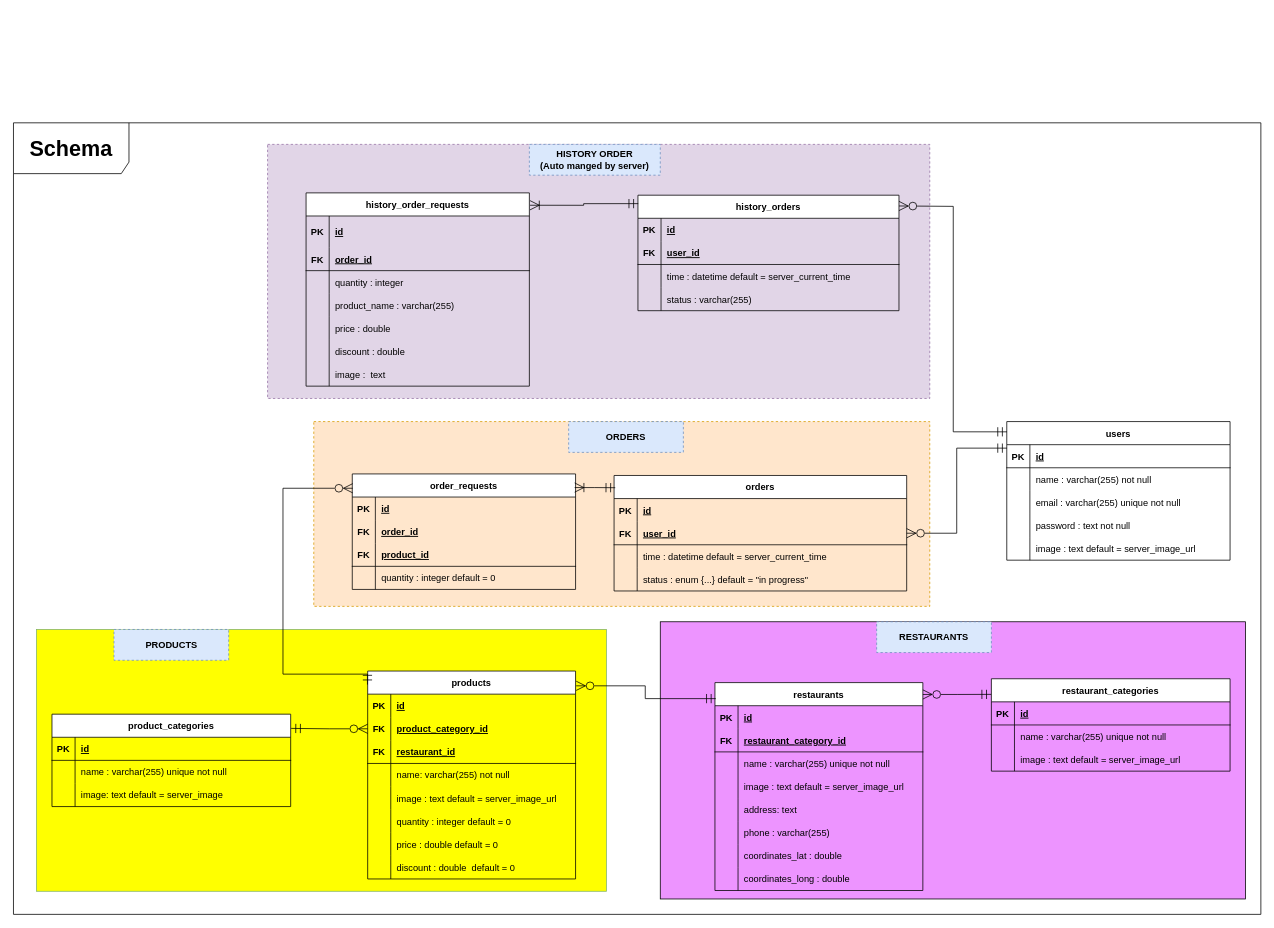
Earlier version of the draw.io diagram page "DB_schema" (1 of 3) of Diagrams/diagrams.drawio (khaledfathi/Restaurant_amit_api). Source tidied: cells renumbered, new cells numbered last; positions are measured from the earlier drawing's top-left corner, leaving out a move shared by most shapes. Both pictures are drawn from the tidied source at 77%, with x=0, y=0 at pixel (13, 122).
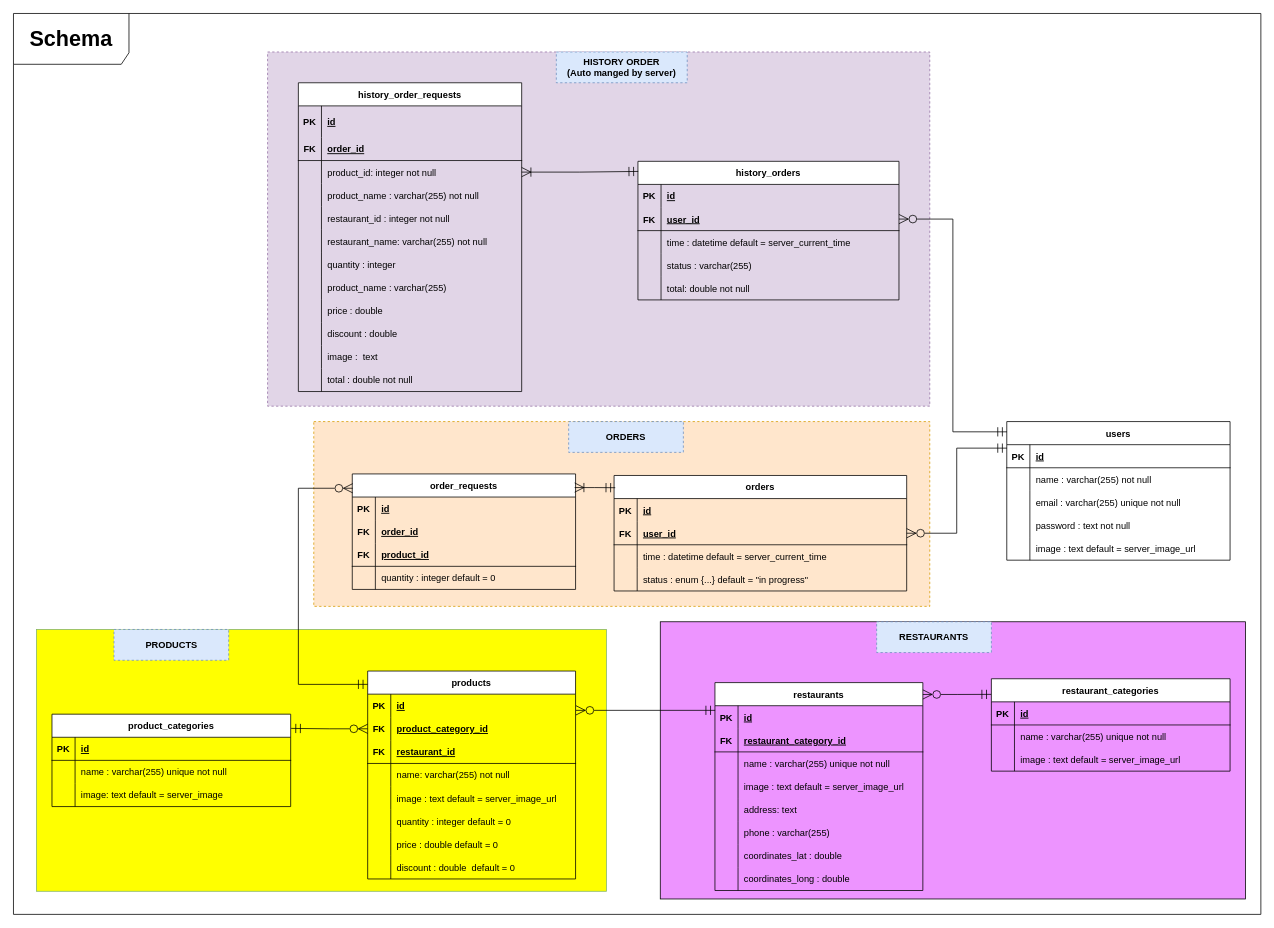
Above is the later version.

Unchanged cells that the change refers to:
```xml
<mxCell id="6" value="users" style="shape=table;startSize=30;childLayout=tableLayout;rowLines=0;fontStyle=1;align=center;" parent="1" vertex="1">
  <mxGeometry x="1290" y="388" width="290" height="180" as="geometry" />
</mxCell>
<mxCell id="32" value="restaurants" style="shape=table;startSize=30;childLayout=tableLayout;rowLines=0;fontStyle=1;align=center;" parent="1" vertex="1">
  <mxGeometry x="911" y="727" width="270" height="270" as="geometry" />
</mxCell>
<mxCell id="33" style="shape=tableRow;horizontal=0;startSize=0;swimlaneHead=0;swimlaneBody=0;fillColor=none;points=[[0,0.5],[1,0.5]];portConstraint=eastwest;top=0;left=0;right=0;bottom=0;" parent="32" vertex="1">
  <mxGeometry y="30" width="270" height="30" as="geometry" />
</mxCell>
<mxCell id="70" value="products" style="shape=table;startSize=30;childLayout=tableLayout;rowLines=0;fontStyle=1;align=center;" parent="1" vertex="1">
  <mxGeometry x="460" y="712" width="270" height="270" as="geometry" />
</mxCell>
<mxCell id="71" style="shape=tableRow;horizontal=0;startSize=0;swimlaneHead=0;swimlaneBody=0;fillColor=none;points=[[0,0.5],[1,0.5]];portConstraint=eastwest;top=0;left=0;right=0;bottom=0;" parent="70" vertex="1">
  <mxGeometry y="30" width="270" height="30" as="geometry" />
</mxCell>
<mxCell id="105" value="order_requests" style="shape=table;startSize=30;childLayout=tableLayout;rowLines=0;fontStyle=1;align=center;" parent="1" vertex="1">
  <mxGeometry x="440" y="456" width="290" height="150" as="geometry" />
</mxCell>
<mxCell id="130" style="shape=tableRow;horizontal=0;startSize=0;swimlaneHead=0;swimlaneBody=0;fillColor=none;points=[[0,0.5],[1,0.5]];portConstraint=eastwest;top=0;left=0;right=0;bottom=1;" parent="126" vertex="1">
  <mxGeometry y="60" width="339" height="30" as="geometry" />
</mxCell>
<mxCell id="146" style="shape=tableRow;horizontal=0;startSize=0;swimlaneHead=0;swimlaneBody=0;fillColor=none;points=[[0,0.5],[1,0.5]];portConstraint=eastwest;top=0;left=0;right=0;bottom=0;" parent="139" vertex="1">
  <mxGeometry y="101" width="290" height="30" as="geometry" />
</mxCell>
```

Change to the diagram source:
```diff
@@
     <mxCell id="2" value="&lt;b&gt;Schema&lt;/b&gt;" style="shape=umlFrame;whiteSpace=wrap;html=1;fontSize=28;fontColor=#000000;fillColor=#FFFFFF;width=150;height=66;" parent="1" vertex="1">
-      <mxGeometry width="1620" height="1028" as="geometry" />
+      <mxGeometry y="-142" width="1620" height="1170" as="geometry" />
     </mxCell>
@@
-    <mxCell id="120" style="edgeStyle=orthogonalEdgeStyle;rounded=0;jettySize=auto;html=1;entryX=-0.001;entryY=0.065;entryDx=0;entryDy=0;startArrow=ERzeroToMany;startFill=0;endArrow=ERmandOne;endFill=0;startSize=10;endSize=10;exitX=0.002;exitY=0.124;exitDx=0;exitDy=0;exitPerimeter=0;entryPerimeter=0;" parent="1" edge="1" source="105" target="70">
+    <mxCell id="120" style="edgeStyle=orthogonalEdgeStyle;rounded=0;jettySize=auto;html=1;startArrow=ERzeroToMany;startFill=0;endArrow=ERmandOne;endFill=0;startSize=10;endSize=10;exitX=0.002;exitY=0.124;exitDx=0;exitDy=0;exitPerimeter=0;entryX=0;entryY=0.064;entryDx=0;entryDy=0;entryPerimeter=0;" parent="1" edge="1" source="105" target="70">
       <mxGeometry relative="1" as="geometry">
         <Array as="points">
-          <mxPoint x="350" y="475" />
-          <mxPoint x="350" y="716" />
+          <mxPoint x="370" y="475" />
+          <mxPoint x="370" y="729" />
         </Array>
       </mxGeometry>
     </mxCell>
@@
-    <mxCell id="122" style="edgeStyle=orthogonalEdgeStyle;rounded=0;jettySize=auto;html=1;startArrow=ERzeroToMany;startFill=0;endArrow=ERmandOne;endFill=0;startSize=10;endSize=10;exitX=1.003;exitY=0.071;exitDx=0;exitDy=0;exitPerimeter=0;entryX=0.004;entryY=0.077;entryDx=0;entryDy=0;entryPerimeter=0;" parent="1" edge="1" source="70" target="32">
+    <mxCell id="122" style="edgeStyle=orthogonalEdgeStyle;rounded=0;jettySize=auto;html=1;startArrow=ERzeroToMany;startFill=0;endArrow=ERmandOne;endFill=0;startSize=10;endSize=10;exitX=1.002;exitY=0.701;exitDx=0;exitDy=0;exitPerimeter=0;entryX=0.001;entryY=0.201;entryDx=0;entryDy=0;entryPerimeter=0;" parent="1" edge="1" source="71" target="33">
       <mxGeometry relative="1" as="geometry" />
     </mxCell>
@@
     <mxCell id="125" style="rounded=0;whiteSpace=wrap;html=1;fillColor=#e1d5e7;dashed=1;strokeColor=#9673a6;" parent="1" vertex="1">
-      <mxGeometry x="330" y="28" width="860" height="330" as="geometry" />
+      <mxGeometry x="330" y="-92" width="860" height="460" as="geometry" />
     </mxCell>
     <mxCell id="126" value="history_orders" style="shape=table;startSize=30;childLayout=tableLayout;rowLines=0;fontStyle=1;align=center;" parent="1" vertex="1">
-      <mxGeometry x="811" y="94" width="339" height="150" as="geometry" />
+      <mxGeometry x="811" y="50" width="339" height="180" as="geometry" />
     </mxCell>
@@
+    <mxCell id="166" style="shape=tableRow;horizontal=0;startSize=0;swimlaneHead=0;swimlaneBody=0;fillColor=none;top=0;left=0;right=0;bottom=0;" parent="126" vertex="1">
+      <mxGeometry y="150" width="339" height="30" as="geometry" />
+    </mxCell>
+    <mxCell id="167" style="shape=partialRectangle;fillColor=none;top=0;left=0;bottom=0;right=0;overflow=hidden;" parent="166" vertex="1">
+      <mxGeometry width="30" height="30" as="geometry" />
+    </mxCell>
+    <mxCell id="168" value="total: double not null" style="shape=partialRectangle;fillColor=none;top=0;left=0;bottom=0;right=0;align=left;spacingLeft=6;overflow=hidden;" parent="166" vertex="1">
+      <mxGeometry x="30" width="309" height="30" as="geometry" />
+    </mxCell>
     <mxCell id="139" value="history_order_requests" style="shape=table;startSize=30;childLayout=tableLayout;rowLines=0;fontStyle=1;align=center;" parent="1" vertex="1">
-      <mxGeometry x="380" y="91" width="290" height="251" as="geometry" />
+      <mxGeometry x="370" y="-52" width="290" height="401" as="geometry" />
     </mxCell>
@@
-    <mxCell id="148" value="quantity : integer" style="shape=partialRectangle;fillColor=none;top=0;left=0;bottom=0;right=0;align=left;spacingLeft=6;overflow=hidden;" parent="146" vertex="1">
+    <mxCell id="148" value="product_id: integer not null" style="shape=partialRectangle;fillColor=none;top=0;left=0;bottom=0;right=0;align=left;spacingLeft=6;overflow=hidden;" parent="146" vertex="1">
       <mxGeometry x="30" width="260" height="30" as="geometry" />
     </mxCell>
+    <mxCell id="169" style="shape=tableRow;horizontal=0;startSize=0;swimlaneHead=0;swimlaneBody=0;fillColor=none;top=0;left=0;right=0;bottom=0;" parent="139" vertex="1">
+      <mxGeometry y="131" width="290" height="30" as="geometry" />
+    </mxCell>
+    <mxCell id="170" style="shape=partialRectangle;fillColor=none;top=0;left=0;bottom=0;right=0;overflow=hidden;" parent="169" vertex="1">
+      <mxGeometry width="30" height="30" as="geometry" />
+    </mxCell>
+    <mxCell id="171" value="product_name : varchar(255) not null" style="shape=partialRectangle;fillColor=none;top=0;left=0;bottom=0;right=0;align=left;spacingLeft=6;overflow=hidden;" parent="169" vertex="1">
+      <mxGeometry x="30" width="260" height="30" as="geometry" />
+    </mxCell>
+    <mxCell id="172" style="shape=tableRow;horizontal=0;startSize=0;swimlaneHead=0;swimlaneBody=0;fillColor=none;top=0;left=0;right=0;bottom=0;" parent="139" vertex="1">
+      <mxGeometry y="161" width="290" height="30" as="geometry" />
+    </mxCell>
+    <mxCell id="173" style="shape=partialRectangle;fillColor=none;top=0;left=0;bottom=0;right=0;overflow=hidden;" parent="172" vertex="1">
+      <mxGeometry width="30" height="30" as="geometry" />
+    </mxCell>
+    <mxCell id="174" value="restaurant_id : integer not null" style="shape=partialRectangle;fillColor=none;top=0;left=0;bottom=0;right=0;align=left;spacingLeft=6;overflow=hidden;" parent="172" vertex="1">
+      <mxGeometry x="30" width="260" height="30" as="geometry" />
+    </mxCell>
+    <mxCell id="175" style="shape=tableRow;horizontal=0;startSize=0;swimlaneHead=0;swimlaneBody=0;fillColor=none;top=0;left=0;right=0;bottom=0;" parent="139" vertex="1">
+      <mxGeometry y="191" width="290" height="30" as="geometry" />
+    </mxCell>
+    <mxCell id="176" style="shape=partialRectangle;fillColor=none;top=0;left=0;bottom=0;right=0;overflow=hidden;" parent="175" vertex="1">
+      <mxGeometry width="30" height="30" as="geometry" />
+    </mxCell>
+    <mxCell id="177" value="restaurant_name: varchar(255) not null" style="shape=partialRectangle;fillColor=none;top=0;left=0;bottom=0;right=0;align=left;spacingLeft=6;overflow=hidden;" parent="175" vertex="1">
+      <mxGeometry x="30" width="260" height="30" as="geometry" />
+    </mxCell>
+    <mxCell id="178" style="shape=tableRow;horizontal=0;startSize=0;swimlaneHead=0;swimlaneBody=0;fillColor=none;top=0;left=0;right=0;bottom=0;" parent="139" vertex="1">
+      <mxGeometry y="221" width="290" height="30" as="geometry" />
+    </mxCell>
+    <mxCell id="179" style="shape=partialRectangle;fillColor=none;top=0;left=0;bottom=0;right=0;overflow=hidden;" parent="178" vertex="1">
+      <mxGeometry width="30" height="30" as="geometry" />
+    </mxCell>
+    <mxCell id="180" value="quantity : integer" style="shape=partialRectangle;fillColor=none;top=0;left=0;bottom=0;right=0;align=left;spacingLeft=6;overflow=hidden;" parent="178" vertex="1">
+      <mxGeometry x="30" width="260" height="30" as="geometry" />
+    </mxCell>
     <mxCell id="149" style="shape=tableRow;horizontal=0;startSize=0;swimlaneHead=0;swimlaneBody=0;fillColor=none;top=0;left=0;right=0;bottom=0;" parent="139" vertex="1">
-      <mxGeometry y="131" width="290" height="30" as="geometry" />
+      <mxGeometry y="251" width="290" height="30" as="geometry" />
     </mxCell>
@@
     <mxCell id="152" style="shape=tableRow;horizontal=0;startSize=0;swimlaneHead=0;swimlaneBody=0;fillColor=none;top=0;left=0;right=0;bottom=0;" parent="139" vertex="1">
-      <mxGeometry y="161" width="290" height="30" as="geometry" />
+      <mxGeometry y="281" width="290" height="30" as="geometry" />
     </mxCell>
@@
     <mxCell id="155" style="shape=tableRow;horizontal=0;startSize=0;swimlaneHead=0;swimlaneBody=0;fillColor=none;top=0;left=0;right=0;bottom=0;" parent="139" vertex="1">
-      <mxGeometry y="191" width="290" height="30" as="geometry" />
+      <mxGeometry y="311" width="290" height="30" as="geometry" />
     </mxCell>
@@
     <mxCell id="158" style="shape=tableRow;horizontal=0;startSize=0;swimlaneHead=0;swimlaneBody=0;fillColor=none;top=0;left=0;right=0;bottom=0;" parent="139" vertex="1">
-      <mxGeometry y="221" width="290" height="30" as="geometry" />
+      <mxGeometry y="341" width="290" height="30" as="geometry" />
     </mxCell>
@@
+    <mxCell id="181" style="shape=tableRow;horizontal=0;startSize=0;swimlaneHead=0;swimlaneBody=0;fillColor=none;top=0;left=0;right=0;bottom=0;" parent="139" vertex="1">
+      <mxGeometry y="371" width="290" height="30" as="geometry" />
+    </mxCell>
+    <mxCell id="182" style="shape=partialRectangle;fillColor=none;top=0;left=0;bottom=0;right=0;overflow=hidden;" parent="181" vertex="1">
+      <mxGeometry width="30" height="30" as="geometry" />
+    </mxCell>
+    <mxCell id="183" value="total : double not null" style="shape=partialRectangle;fillColor=none;top=0;left=0;bottom=0;right=0;align=left;spacingLeft=6;overflow=hidden;" parent="181" vertex="1">
+      <mxGeometry x="30" width="260" height="30" as="geometry" />
+    </mxCell>
-    <mxCell id="161" style="edgeStyle=orthogonalEdgeStyle;rounded=0;jettySize=auto;html=1;startArrow=ERoneToMany;startFill=0;endArrow=ERmandOne;endFill=0;startSize=10;endSize=10;entryX=0.001;entryY=0.073;entryDx=0;entryDy=0;entryPerimeter=0;exitX=1.003;exitY=0.064;exitDx=0;exitDy=0;exitPerimeter=0;" parent="1" edge="1" source="139" target="126">
+    <mxCell id="161" style="edgeStyle=orthogonalEdgeStyle;rounded=0;jettySize=auto;html=1;startArrow=ERoneToMany;startFill=0;endArrow=ERmandOne;endFill=0;startSize=10;endSize=10;entryX=0.001;entryY=0.073;entryDx=0;entryDy=0;entryPerimeter=0;" parent="1" edge="1" source="146" target="126">
       <mxGeometry relative="1" as="geometry" />
     </mxCell>
     <mxCell id="162" value="HISTORY ORDER&lt;br&gt;(Auto manged by server)" style="text;html=1;strokeColor=#6c8ebf;fillColor=#dae8fc;align=center;verticalAlign=middle;whiteSpace=wrap;rounded=0;dashed=1;fontStyle=1;" parent="1" vertex="1">
-      <mxGeometry x="670" y="28" width="170" height="40" as="geometry" />
+      <mxGeometry x="705" y="-92" width="170" height="40" as="geometry" />
     </mxCell>
-    <mxCell id="163" style="edgeStyle=orthogonalEdgeStyle;rounded=0;jettySize=auto;html=1;entryX=0.001;entryY=0.074;entryDx=0;entryDy=0;startArrow=ERzeroToMany;startFill=0;endArrow=ERmandOne;endFill=0;startSize=10;endSize=10;entryPerimeter=0;" parent="1" edge="1" target="6">
-      <mxGeometry relative="1" as="geometry">
-        <mxPoint x="1150" y="108" as="sourcePoint" />
-      </mxGeometry>
+    <mxCell id="163" style="edgeStyle=orthogonalEdgeStyle;rounded=0;jettySize=auto;html=1;entryX=0.001;entryY=0.074;entryDx=0;entryDy=0;startArrow=ERzeroToMany;startFill=0;endArrow=ERmandOne;endFill=0;startSize=10;endSize=10;entryPerimeter=0;" parent="1" edge="1" source="130" target="6">
+      <mxGeometry relative="1" as="geometry" />
     </mxCell>
```
